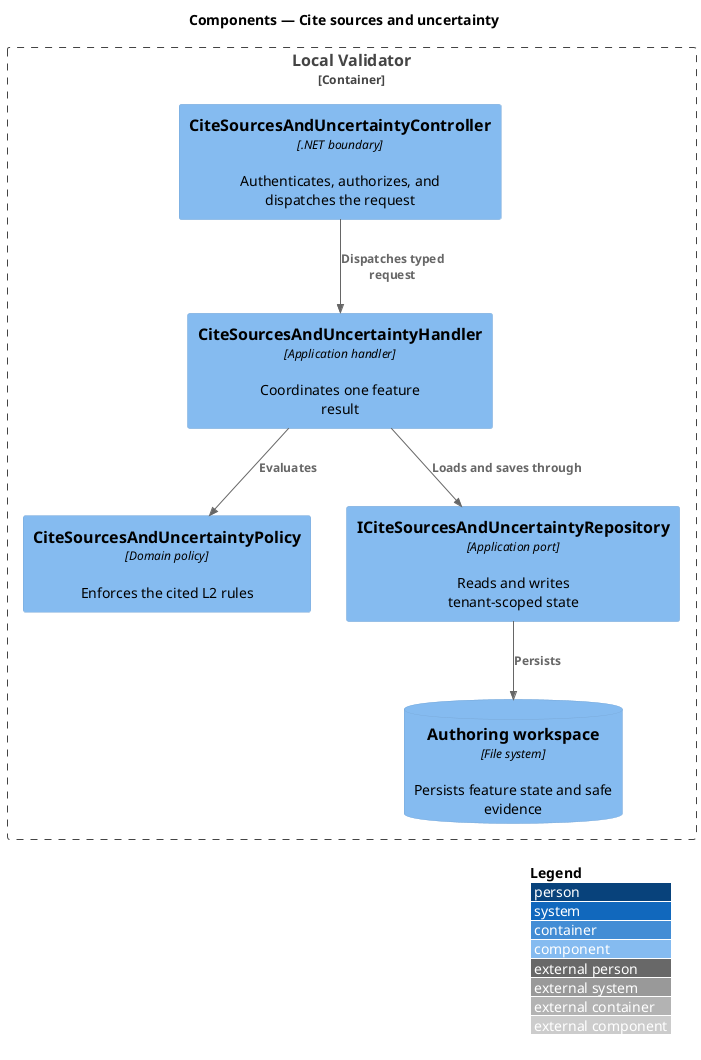
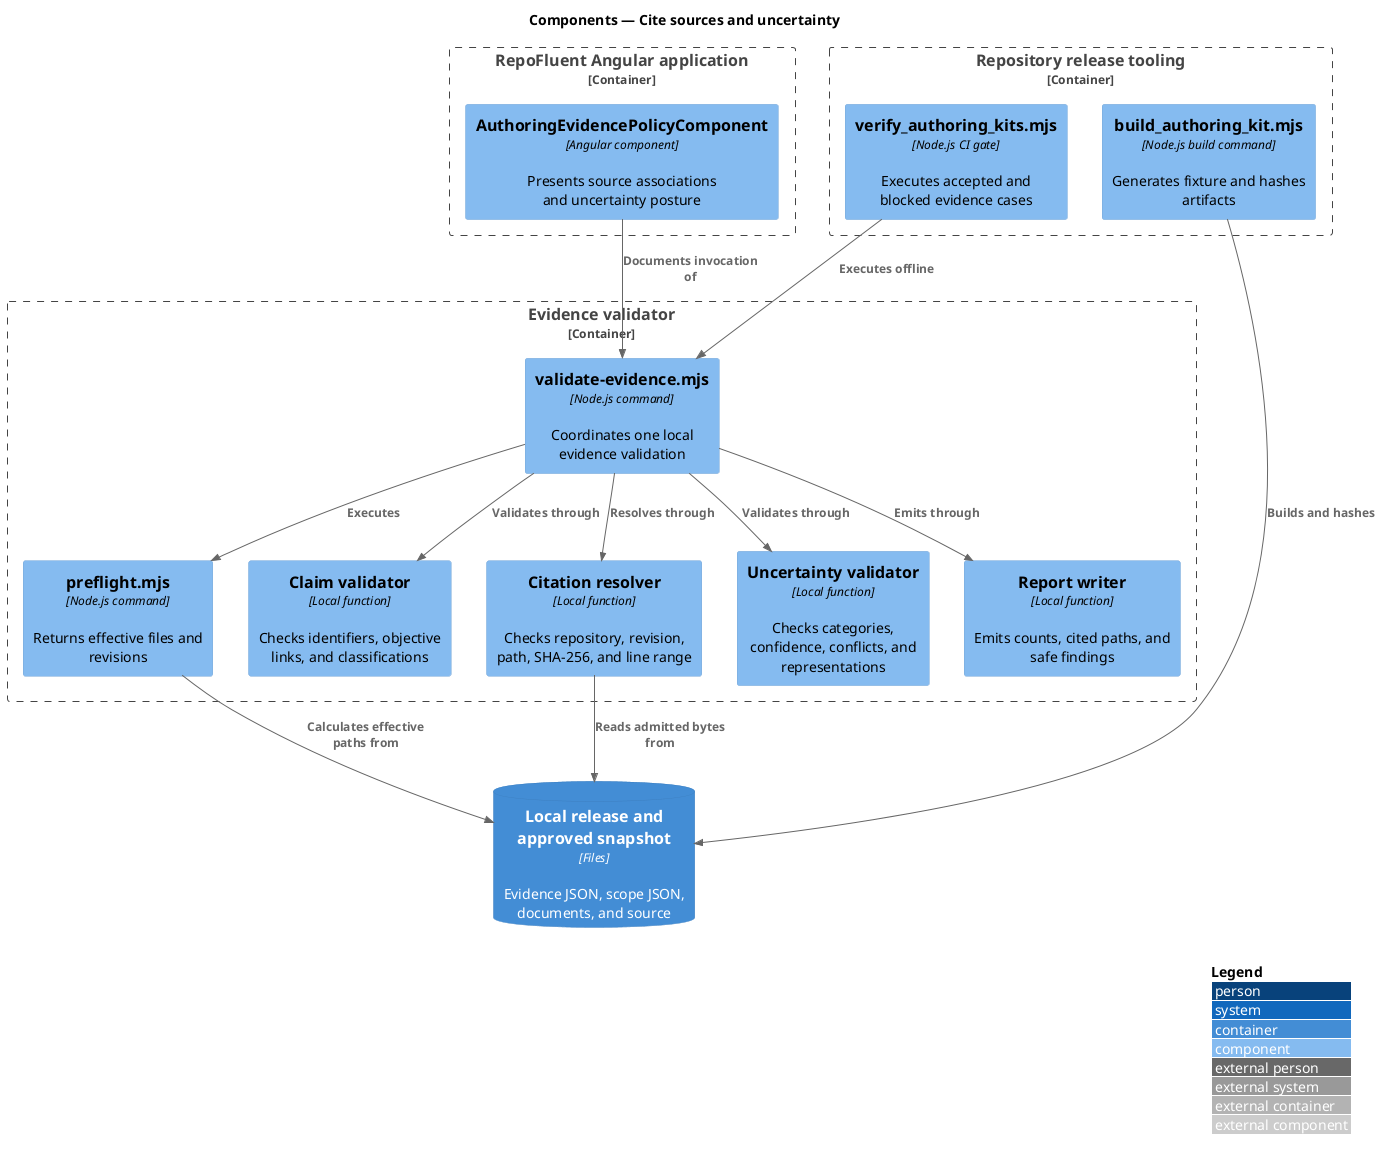
@startuml
!include <C4/C4_Component>
LAYOUT_WITH_LEGEND()
title Components — Cite sources and uncertainty

- Container_Boundary(api, "Local Validator") {
-   Component(controller, "CiteSourcesAndUncertaintyController", ".NET boundary", "Authenticates, authorizes, and dispatches the request")
-   Component(handler, "CiteSourcesAndUncertaintyHandler", "Application handler", "Coordinates one feature result")
-   Component(policy, "CiteSourcesAndUncertaintyPolicy", "Domain policy", "Enforces the cited L2 rules")
-   Component(repository, "ICiteSourcesAndUncertaintyRepository", "Application port", "Reads and writes tenant-scoped state")
-   ComponentDb(store, "Authoring workspace", "File system", "Persists feature state and safe evidence")
+ Container_Boundary(web, "RepoFluent Angular application") {
+   Component(policyView, "AuthoringEvidencePolicyComponent", "Angular component", "Presents source associations and uncertainty posture")
}
+ Container_Boundary(command, "Evidence validator") {
+   Component(orchestrator, "validate-evidence.mjs", "Node.js command", "Coordinates one local evidence validation")
+   Component(preflight, "preflight.mjs", "Node.js command", "Returns effective files and revisions")
+   Component(claims, "Claim validator", "Local function", "Checks identifiers, objective links, and classifications")
+   Component(citations, "Citation resolver", "Local function", "Checks repository, revision, path, SHA-256, and line range")
+   Component(uncertainty, "Uncertainty validator", "Local function", "Checks categories, confidence, conflicts, and representations")
+   Component(report, "Report writer", "Local function", "Emits counts, cited paths, and safe findings")
+ }
+ Container_Boundary(tooling, "Repository release tooling") {
+   Component(builder, "build_authoring_kit.mjs", "Node.js build command", "Generates fixture and hashes artifacts")
+   Component(gate, "verify_authoring_kits.mjs", "Node.js CI gate", "Executes accepted and blocked evidence cases")
+ }
+ ContainerDb(files, "Local release and approved snapshot", "Files", "Evidence JSON, scope JSON, documents, and source")

- Rel(controller, handler, "Dispatches typed request")
- Rel(handler, policy, "Evaluates")
- Rel(handler, repository, "Loads and saves through")
- Rel(repository, store, "Persists")
+ Rel(policyView, orchestrator, "Documents invocation of")
+ Rel(orchestrator, preflight, "Executes")
+ Rel(orchestrator, claims, "Validates through")
+ Rel(orchestrator, citations, "Resolves through")
+ Rel(orchestrator, uncertainty, "Validates through")
+ Rel(orchestrator, report, "Emits through")
+ Rel(preflight, files, "Calculates effective paths from")
+ Rel(citations, files, "Reads admitted bytes from")
+ Rel(builder, files, "Builds and hashes")
+ Rel(gate, orchestrator, "Executes offline")
@enduml
